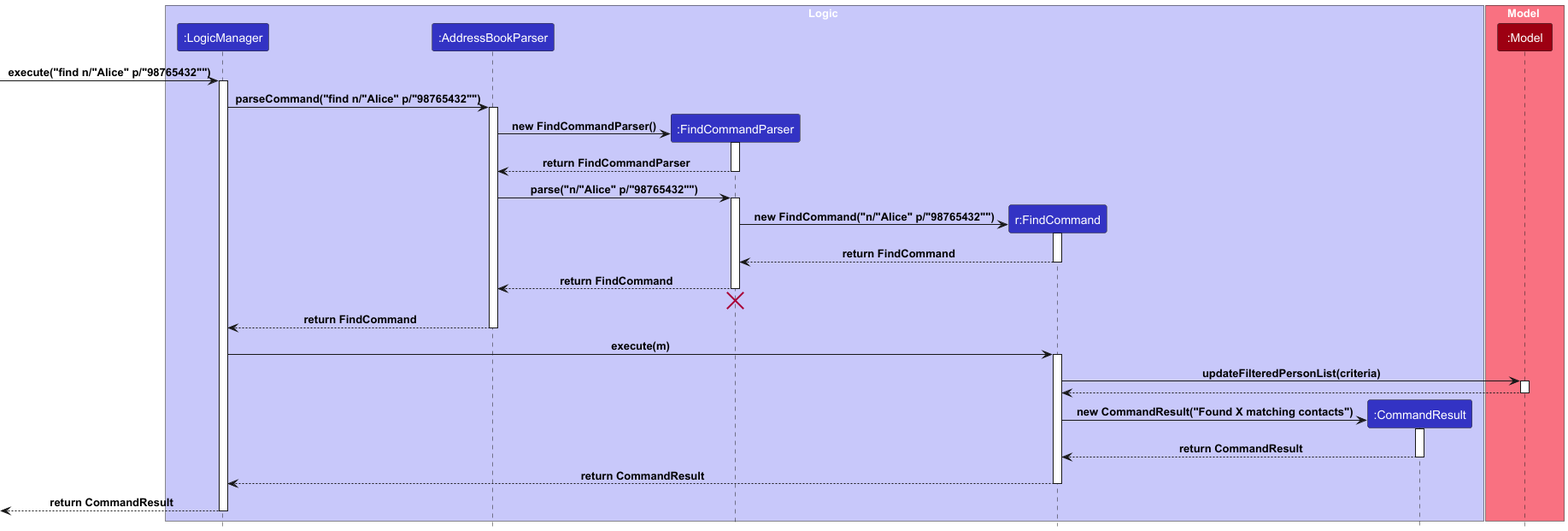
This is docs/images/FindCommandSequenceDiagram.png from carineang/tp, a PlantUML export, as it was before one commit. The source it was exported from:
```plantuml
@startuml
!include style.puml

box Logic LOGIC_COLOR_T1
participant ":LogicManager" as LogicManager LOGIC_COLOR
participant ":AddressBookParser" as AddressBookParser LOGIC_COLOR
participant ":FindCommandParser" as FindCommandParser LOGIC_COLOR
participant "r:FindCommand" as FindCommand LOGIC_COLOR
participant ":CommandResult" as CommandResult LOGIC_COLOR
end box

box Model MODEL_COLOR_T1
participant ":Model" as Model MODEL_COLOR
end box

[-> LogicManager : execute("find n/"Alice" p/"98765432"")
activate LogicManager

LogicManager -> AddressBookParser : parseCommand("find n/"Alice" p/"98765432"")
activate AddressBookParser

create FindCommandParser
AddressBookParser -> FindCommandParser : new FindCommandParser()
activate FindCommandParser

FindCommandParser --> AddressBookParser : return FindCommandParser

deactivate FindCommandParser
AddressBookParser -> FindCommandParser : parse("n/"Alice" p/"98765432"")
activate FindCommandParser

create FindCommand
FindCommandParser -> FindCommand : new FindCommand("n/"Alice" p/"98765432"")
activate FindCommand

FindCommand --> FindCommandParser : return FindCommand

deactivate FindCommand
FindCommandParser --> AddressBookParser : return FindCommand

deactivate FindCommandParser
FindCommandParser -[hidden]-> AddressBookParser
destroy FindCommandParser

AddressBookParser --> LogicManager : return FindCommand

deactivate AddressBookParser

LogicManager -> FindCommand : execute(m)
activate FindCommand

FindCommand -> Model : updateFilteredPersonList(criteria)
activate Model

Model --> FindCommand

deactivate Model

create CommandResult
FindCommand -> CommandResult : new CommandResult("Found X matching contacts")
activate CommandResult

CommandResult --> FindCommand : return CommandResult

deactivate CommandResult

FindCommand --> LogicManager : return CommandResult

deactivate FindCommand

[<-- LogicManager : return CommandResult

deactivate LogicManager
@enduml
```
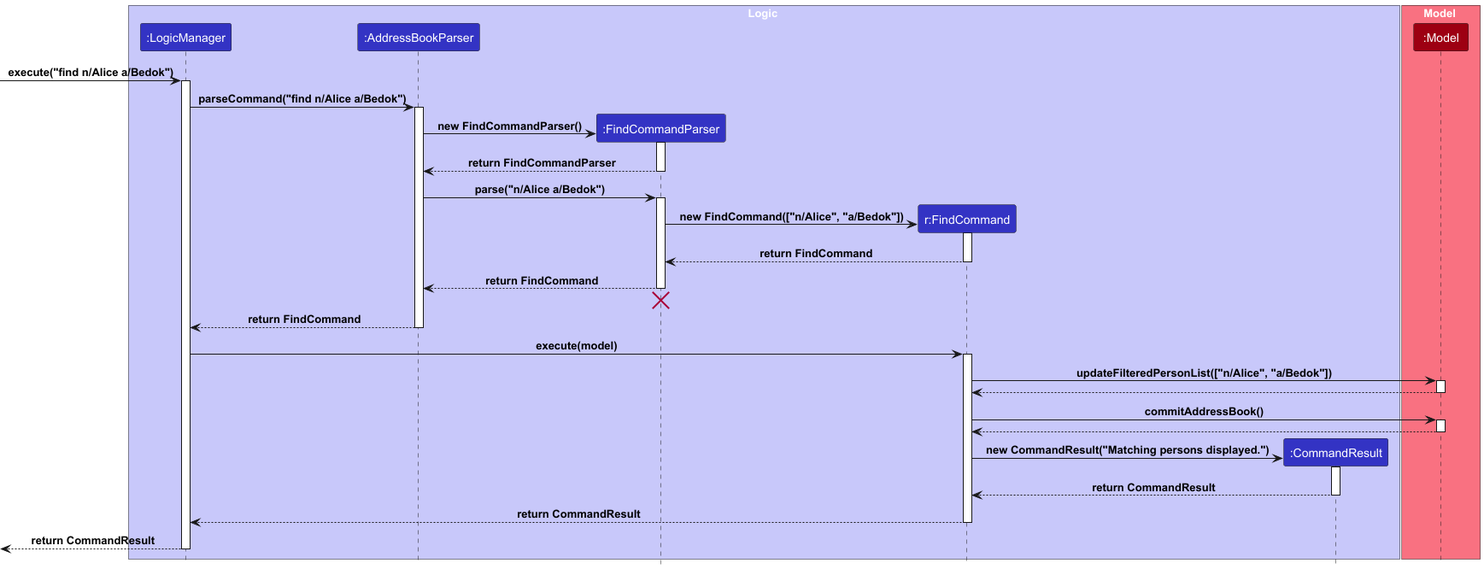
Later version of the same file.

Commit message:
Add commit method in find

What changed in the source:
```diff
@@ -13,10 +13,10 @@
 participant ":Model" as Model MODEL_COLOR
 end box
 
-[-> LogicManager : execute("find n/"Alice" p/"98765432"")
+[-> LogicManager : execute("find n/Alice a/Bedok")
 activate LogicManager
 
-LogicManager -> AddressBookParser : parseCommand("find n/"Alice" p/"98765432"")
+LogicManager -> AddressBookParser : parseCommand("find n/Alice a/Bedok")
 activate AddressBookParser
 
 create FindCommandParser
@@ -24,51 +24,52 @@
 activate FindCommandParser
 
 FindCommandParser --> AddressBookParser : return FindCommandParser
+deactivate FindCommandParser
 
-deactivate FindCommandParser
-AddressBookParser -> FindCommandParser : parse("n/"Alice" p/"98765432"")
+AddressBookParser -> FindCommandParser : parse("n/Alice a/Bedok")
 activate FindCommandParser
 
 create FindCommand
-FindCommandParser -> FindCommand : new FindCommand("n/"Alice" p/"98765432"")
+FindCommandParser -> FindCommand : new FindCommand(["n/Alice", "a/Bedok"])
 activate FindCommand
 
 FindCommand --> FindCommandParser : return FindCommand
+deactivate FindCommand
 
-deactivate FindCommand
 FindCommandParser --> AddressBookParser : return FindCommand
+deactivate FindCommandParser
 
-deactivate FindCommandParser
 FindCommandParser -[hidden]-> AddressBookParser
 destroy FindCommandParser
 
 AddressBookParser --> LogicManager : return FindCommand
-
 deactivate AddressBookParser
 
-LogicManager -> FindCommand : execute(m)
+LogicManager -> FindCommand : execute(model)
 activate FindCommand
 
-FindCommand -> Model : updateFilteredPersonList(criteria)
+FindCommand -> Model : updateFilteredPersonList(["n/Alice", "a/Bedok"])
 activate Model
 
 Model --> FindCommand
+deactivate Model
 
+FindCommand -> Model : commitAddressBook()
+activate Model
+
+Model --> FindCommand
 deactivate Model
 
 create CommandResult
-FindCommand -> CommandResult : new CommandResult("Found X matching contacts")
+FindCommand -> CommandResult : new CommandResult("Matching persons displayed.")
 activate CommandResult
 
 CommandResult --> FindCommand : return CommandResult
-
 deactivate CommandResult
 
 FindCommand --> LogicManager : return CommandResult
-
 deactivate FindCommand
 
 [<-- LogicManager : return CommandResult
-
 deactivate LogicManager
 @enduml
```
